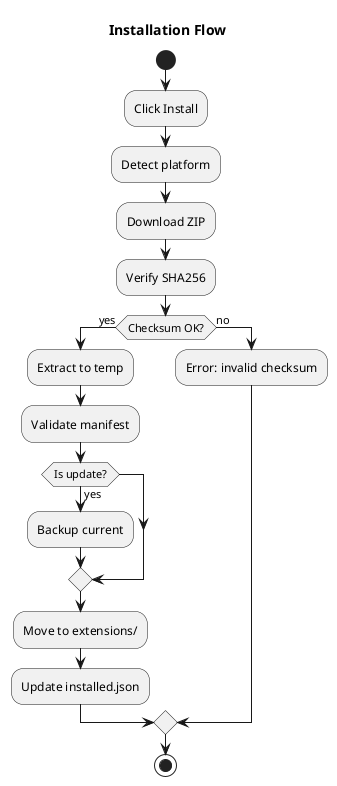
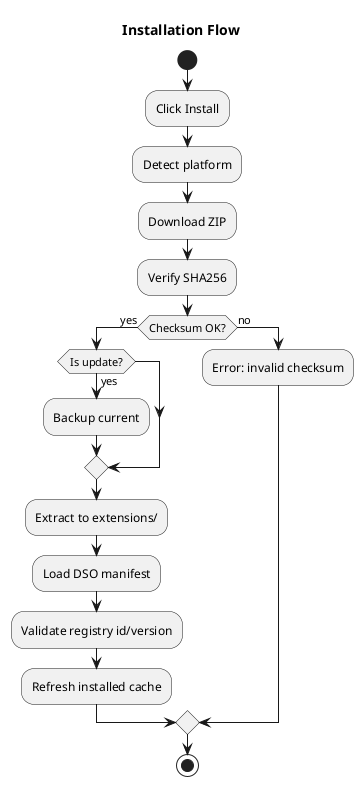
@startuml
skinparam backgroundColor white
title Installation Flow

start
:Click Install;
:Detect platform;
:Download ZIP;
:Verify SHA256;
if (Checksum OK?) then (yes)
-   :Extract to temp;
-   :Validate manifest;
  if (Is update?) then (yes)
    :Backup current;
  endif
-   :Move to extensions/;
-   :Update installed.json;
+   :Extract to extensions/;
+   :Load DSO manifest;
+   :Validate registry id/version;
+   :Refresh installed cache;
else (no)
  :Error: invalid checksum;
endif
stop
@enduml
